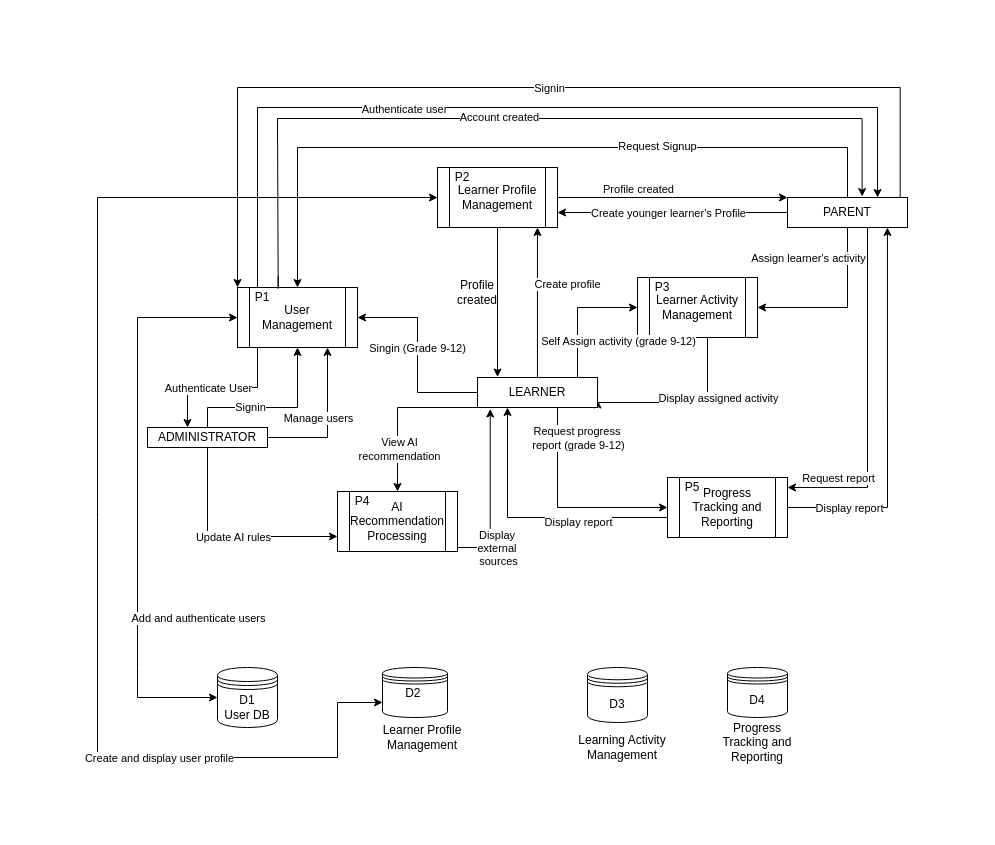
This is page "Data Flow Diagram Level 1" (4 of 4) of Use Case Diagram.drawio from Nash230/IS406-Final-Year-Major-Project, a draw.io file, before an edit. Source tidied: cells renumbered, new cells numbered last; positions are measured from the earlier drawing's top-left corner, leaving out a move shared by most shapes. Both pictures are drawn from the tidied source at 100%, with x=0, y=0 at pixel (97, 87).
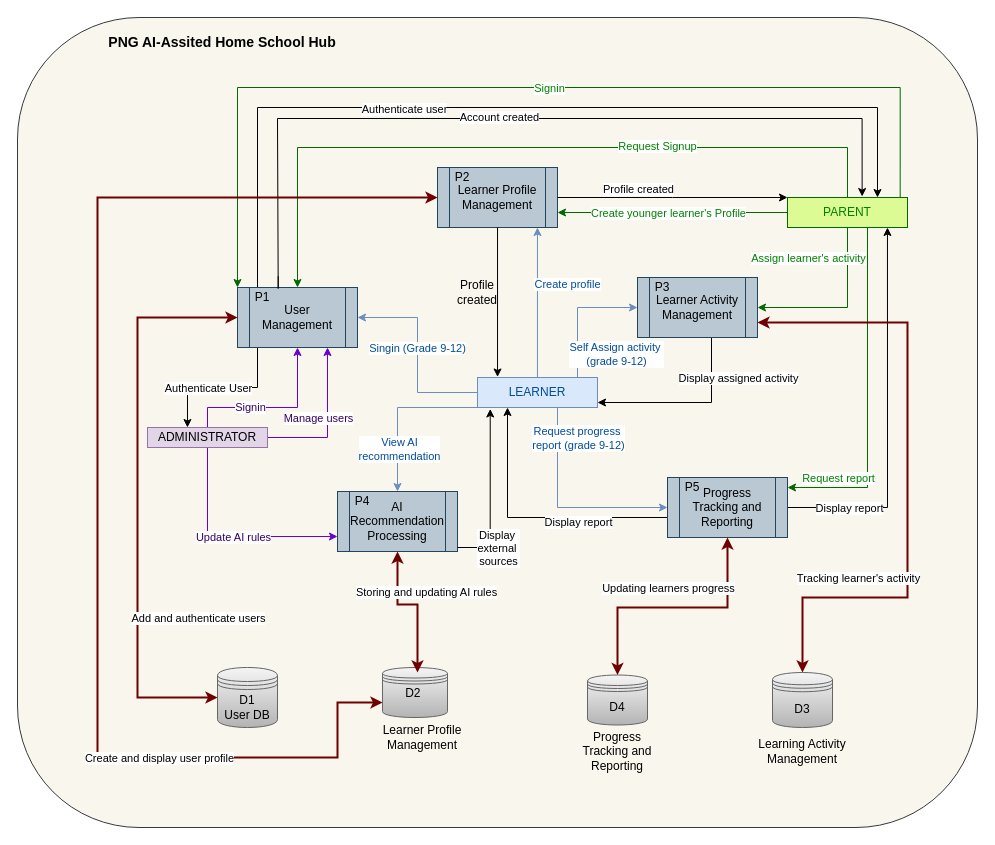
The same page after the edit.

The edit, as a diff of the source:
```diff
@@
+    <mxCell id="70" style="rounded=1;whiteSpace=wrap;html=1;fillColor=#f9f7ed;strokeColor=#36393d;" parent="1" vertex="1">
+      <mxGeometry x="-80" y="-70" width="960" height="810" as="geometry" />
+    </mxCell>
@@
-    <mxCell id="6" value="User Management" style="shape=process;whiteSpace=wrap;html=1;backgroundOutline=1;" parent="1" vertex="1">
+    <mxCell id="6" value="User Management" style="shape=process;whiteSpace=wrap;html=1;backgroundOutline=1;fillColor=#bac8d3;strokeColor=#23445d;" parent="1" vertex="1">
       <mxGeometry x="140" y="200" width="120" height="60" as="geometry" />
     </mxCell>
-    <mxCell id="7" style="edgeStyle=orthogonalEdgeStyle;rounded=0;jettySize=auto;html=1;entryX=1;entryY=0.75;entryDx=0;entryDy=0;" parent="1" edge="1" source="9" target="48">
+    <mxCell id="7" style="edgeStyle=orthogonalEdgeStyle;rounded=0;jettySize=auto;html=1;" parent="1" edge="1" target="48">
       <mxGeometry relative="1" as="geometry">
+        <mxPoint x="614" y="250" as="sourcePoint" />
         <Array as="points">
-          <mxPoint x="610" y="315" />
+          <mxPoint x="614" y="315" />
         </Array>
       </mxGeometry>
     </mxCell>
     <mxCell id="8" value="Display assigned activity" style="edgeLabel;html=1;align=center;verticalAlign=middle;" parent="7" vertex="1">
       <mxGeometry x="-0.49" y="3" relative="1" as="geometry">
-        <mxPoint x="7" y="15" as="offset" />
+        <mxPoint x="23" y="-6" as="offset" />
       </mxGeometry>
     </mxCell>
-    <mxCell id="9" value="Learner Activity Management" style="shape=process;whiteSpace=wrap;html=1;backgroundOutline=1;" parent="1" vertex="1">
+    <mxCell id="9" value="Learner Activity Management" style="shape=process;whiteSpace=wrap;html=1;backgroundOutline=1;fillColor=#bac8d3;strokeColor=#23445d;" parent="1" vertex="1">
       <mxGeometry x="540" y="190" width="120" height="60" as="geometry" />
     </mxCell>
-    <mxCell id="10" value="AI Recommendation Processing" style="shape=process;whiteSpace=wrap;html=1;backgroundOutline=1;" parent="1" vertex="1">
+    <mxCell id="10" value="AI Recommendation Processing" style="shape=process;whiteSpace=wrap;html=1;backgroundOutline=1;fillColor=#bac8d3;strokeColor=#23445d;" parent="1" vertex="1">
       <mxGeometry x="240" y="404" width="120" height="60" as="geometry" />
     </mxCell>
@@
-    <mxCell id="15" value="Progress Tracking and Reporting" style="shape=process;whiteSpace=wrap;html=1;backgroundOutline=1;" parent="1" vertex="1">
+    <mxCell id="15" value="Progress Tracking and Reporting" style="shape=process;whiteSpace=wrap;html=1;backgroundOutline=1;fillColor=#bac8d3;strokeColor=#23445d;" parent="1" vertex="1">
       <mxGeometry x="570" y="390" width="120" height="60" as="geometry" />
     </mxCell>
-    <mxCell id="16" value="Learner Profile Management" style="shape=process;whiteSpace=wrap;html=1;backgroundOutline=1;" parent="1" vertex="1">
+    <mxCell id="16" value="Learner Profile Management" style="shape=process;whiteSpace=wrap;html=1;backgroundOutline=1;fillColor=#bac8d3;strokeColor=#23445d;" parent="1" vertex="1">
       <mxGeometry x="340" y="80" width="120" height="60" as="geometry" />
     </mxCell>
@@
-    <mxCell id="22" style="edgeStyle=orthogonalEdgeStyle;rounded=0;jettySize=auto;html=1;entryX=0.5;entryY=1;entryDx=0;entryDy=0;" parent="1" edge="1" source="28" target="6">
+    <mxCell id="22" style="edgeStyle=orthogonalEdgeStyle;rounded=0;jettySize=auto;html=1;entryX=0.5;entryY=1;entryDx=0;entryDy=0;fontColor=#330066;strokeColor=#6A00D4;" parent="1" edge="1" source="28" target="6">
       <mxGeometry relative="1" as="geometry">
         <Array as="points">
           <mxPoint x="110" y="320" />
           <mxPoint x="200" y="320" />
         </Array>
       </mxGeometry>
     </mxCell>
-    <mxCell id="23" value="Signin" style="edgeLabel;html=1;align=center;verticalAlign=middle;" parent="22" vertex="1">
+    <mxCell id="23" value="Signin" style="edgeLabel;html=1;align=center;verticalAlign=middle;fontColor=#330066;" parent="22" vertex="1">
       <mxGeometry x="-0.27" y="1" relative="1" as="geometry" />
     </mxCell>
-    <mxCell id="24" style="edgeStyle=orthogonalEdgeStyle;rounded=0;jettySize=auto;html=1;entryX=0;entryY=0.75;entryDx=0;entryDy=0;" parent="1" edge="1" source="28" target="10">
+    <mxCell id="24" style="edgeStyle=orthogonalEdgeStyle;rounded=0;jettySize=auto;html=1;entryX=0;entryY=0.75;entryDx=0;entryDy=0;fontColor=#330066;strokeColor=#6A00D4;" parent="1" edge="1" source="28" target="10">
       <mxGeometry relative="1" as="geometry">
         <Array as="points">
           <mxPoint x="110" y="449" />
         </Array>
       </mxGeometry>
     </mxCell>
-    <mxCell id="25" value="Update AI rules" style="edgeLabel;html=1;align=center;verticalAlign=middle;" parent="24" vertex="1">
+    <mxCell id="25" value="Update AI rules" style="edgeLabel;html=1;align=center;verticalAlign=middle;fontColor=#330066;" parent="24" vertex="1">
       <mxGeometry x="0.04" relative="1" as="geometry" />
     </mxCell>
-    <mxCell id="26" style="edgeStyle=orthogonalEdgeStyle;rounded=0;jettySize=auto;html=1;entryX=0.75;entryY=1;entryDx=0;entryDy=0;" parent="1" edge="1" source="28" target="6">
+    <mxCell id="26" style="edgeStyle=orthogonalEdgeStyle;rounded=0;jettySize=auto;html=1;entryX=0.75;entryY=1;entryDx=0;entryDy=0;fontColor=#330066;strokeColor=#6A00D4;" parent="1" edge="1" source="28" target="6">
       <mxGeometry relative="1" as="geometry">
         <Array as="points">
           <mxPoint x="230" y="350" />
         </Array>
       </mxGeometry>
     </mxCell>
-    <mxCell id="27" value="Manage users" style="edgeLabel;html=1;align=center;verticalAlign=middle;" parent="26" vertex="1">
+    <mxCell id="27" value="Manage users" style="edgeLabel;html=1;align=center;verticalAlign=middle;fontColor=#330066;" parent="26" vertex="1">
       <mxGeometry x="0.36" y="-1" relative="1" as="geometry">
         <mxPoint x="-11" y="22" as="offset" />
       </mxGeometry>
     </mxCell>
-    <mxCell id="28" value="ADMINISTRATOR" style="rounded=0;whiteSpace=wrap;html=1;" parent="1" vertex="1">
+    <mxCell id="28" value="ADMINISTRATOR" style="rounded=0;whiteSpace=wrap;html=1;fillColor=#e1d5e7;strokeColor=#9673a6;" parent="1" vertex="1">
       <mxGeometry x="50" y="340" width="120" height="20" as="geometry" />
     </mxCell>
-    <mxCell id="29" style="edgeStyle=orthogonalEdgeStyle;rounded=0;jettySize=auto;html=1;entryX=0.5;entryY=0;entryDx=0;entryDy=0;exitX=0.5;exitY=0;exitDx=0;exitDy=0;" parent="1" edge="1" source="39" target="6">
+    <mxCell id="29" style="edgeStyle=orthogonalEdgeStyle;rounded=0;jettySize=auto;html=1;entryX=0.5;entryY=0;entryDx=0;entryDy=0;exitX=0.5;exitY=0;exitDx=0;exitDy=0;fillColor=#DCFB94;strokeColor=#006900;fontColor=light-dark(#008000, #ededed);" parent="1" edge="1" source="39" target="6">
       <mxGeometry relative="1" as="geometry">
         <Array as="points">
           <mxPoint x="750" y="60" />
           <mxPoint x="200" y="60" />
         </Array>
       </mxGeometry>
     </mxCell>
-    <mxCell id="30" value="Request Signup" style="edgeLabel;html=1;align=center;verticalAlign=middle;" parent="29" vertex="1">
+    <mxCell id="30" value="Request Signup" style="edgeLabel;html=1;align=center;verticalAlign=middle;fontColor=light-dark(#008000, #ededed);fillColor=#DCFB94;strokeColor=#006900;" parent="29" vertex="1">
       <mxGeometry x="-0.35" y="-2" relative="1" as="geometry" />
     </mxCell>
-    <mxCell id="31" style="edgeStyle=orthogonalEdgeStyle;rounded=0;jettySize=auto;html=1;entryX=0;entryY=0;entryDx=0;entryDy=0;exitX=0.939;exitY=0.011;exitDx=0;exitDy=0;exitPerimeter=0;" parent="1" edge="1" source="39" target="6">
+    <mxCell id="31" style="edgeStyle=orthogonalEdgeStyle;rounded=0;jettySize=auto;html=1;entryX=0;entryY=0;entryDx=0;entryDy=0;exitX=0.939;exitY=0.011;exitDx=0;exitDy=0;exitPerimeter=0;fillColor=#DCFB94;strokeColor=#006900;fontColor=light-dark(#008000, #ededed);" parent="1" edge="1" source="39" target="6">
       <mxGeometry relative="1" as="geometry">
         <Array as="points">
           <mxPoint x="803" />
           <mxPoint x="140" />
         </Array>
       </mxGeometry>
     </mxCell>
-    <mxCell id="32" value="Signin" style="edgeLabel;html=1;align=center;verticalAlign=middle;" parent="31" vertex="1">
+    <mxCell id="32" value="Signin" style="edgeLabel;html=1;align=center;verticalAlign=middle;fontColor=light-dark(#008000, #ededed);fillColor=#DCFB94;strokeColor=#006900;" parent="31" vertex="1">
       <mxGeometry x="-0.05" relative="1" as="geometry" />
     </mxCell>
-    <mxCell id="33" style="edgeStyle=orthogonalEdgeStyle;rounded=0;jettySize=auto;html=1;entryX=1;entryY=0.75;entryDx=0;entryDy=0;" parent="1" edge="1" source="39" target="16">
+    <mxCell id="33" style="edgeStyle=orthogonalEdgeStyle;rounded=0;jettySize=auto;html=1;entryX=1;entryY=0.75;entryDx=0;entryDy=0;fillColor=#DCFB94;strokeColor=#006900;fontColor=light-dark(#008000, #ededed);" parent="1" edge="1" source="39" target="16">
       <mxGeometry relative="1" as="geometry" />
     </mxCell>
-    <mxCell id="34" value="Create younger learner's Profile" style="edgeLabel;html=1;align=center;verticalAlign=middle;" parent="33" vertex="1">
+    <mxCell id="34" value="Create younger learner's Profile" style="edgeLabel;html=1;align=center;verticalAlign=middle;fontColor=light-dark(#008000, #ededed);fillColor=#DCFB94;strokeColor=#006900;" parent="33" vertex="1">
       <mxGeometry x="0.19" y="1" relative="1" as="geometry">
         <mxPoint x="17" y="-1" as="offset" />
       </mxGeometry>
     </mxCell>
-    <mxCell id="35" style="edgeStyle=orthogonalEdgeStyle;rounded=0;jettySize=auto;html=1;entryX=1;entryY=0.5;entryDx=0;entryDy=0;" parent="1" edge="1" source="39" target="9">
+    <mxCell id="35" style="edgeStyle=orthogonalEdgeStyle;rounded=0;jettySize=auto;html=1;entryX=1;entryY=0.5;entryDx=0;entryDy=0;fillColor=#DCFB94;strokeColor=#006900;fontColor=light-dark(#008000, #ededed);" parent="1" edge="1" source="39" target="9">
       <mxGeometry relative="1" as="geometry">
         <Array as="points">
           <mxPoint x="750" y="220" />
         </Array>
       </mxGeometry>
     </mxCell>
-    <mxCell id="36" value="Assign learner's activity" style="edgeLabel;html=1;align=center;verticalAlign=middle;" parent="35" vertex="1">
+    <mxCell id="36" value="Assign learner's activity" style="edgeLabel;html=1;align=center;verticalAlign=middle;fontColor=light-dark(#008000, #ededed);fillColor=#DCFB94;strokeColor=#006900;" parent="35" vertex="1">
       <mxGeometry x="0.12" relative="1" as="geometry">
         <mxPoint x="-25" y="-50" as="offset" />
       </mxGeometry>
     </mxCell>
-    <mxCell id="37" style="edgeStyle=orthogonalEdgeStyle;rounded=0;jettySize=auto;html=1;" parent="1" edge="1" source="39" target="15">
+    <mxCell id="37" style="edgeStyle=orthogonalEdgeStyle;rounded=0;jettySize=auto;html=1;fillColor=#DCFB94;strokeColor=#006900;fontColor=light-dark(#008000, #ededed);" parent="1" edge="1" source="39" target="15">
       <mxGeometry relative="1" as="geometry">
         <Array as="points">
           <mxPoint x="770" y="400" />
         </Array>
       </mxGeometry>
     </mxCell>
-    <mxCell id="38" value="Request report" style="edgeLabel;html=1;align=center;verticalAlign=middle;" parent="37" vertex="1">
+    <mxCell id="38" value="Request report" style="edgeLabel;html=1;align=center;verticalAlign=middle;fontColor=light-dark(#008000, #ededed);fillColor=#DCFB94;strokeColor=#006900;" parent="37" vertex="1">
       <mxGeometry x="0.65" y="1" relative="1" as="geometry">
         <mxPoint x="-9" y="-11" as="offset" />
       </mxGeometry>
     </mxCell>
-    <mxCell id="39" value="PARENT" style="rounded=0;whiteSpace=wrap;html=1;" parent="1" vertex="1">
+    <mxCell id="39" value="PARENT" style="rounded=0;whiteSpace=wrap;html=1;fillColor=#DCFB94;strokeColor=#006900;fontColor=light-dark(#008000, #ededed);" parent="1" vertex="1">
       <mxGeometry x="690" y="110" width="120" height="30" as="geometry" />
     </mxCell>
-    <mxCell id="40" style="edgeStyle=orthogonalEdgeStyle;rounded=0;jettySize=auto;html=1;entryX=1;entryY=0.5;entryDx=0;entryDy=0;" parent="1" edge="1" source="48" target="6">
+    <mxCell id="40" style="edgeStyle=orthogonalEdgeStyle;rounded=0;jettySize=auto;html=1;entryX=1;entryY=0.5;entryDx=0;entryDy=0;fillColor=#dae8fc;strokeColor=#6c8ebf;fontColor=#004C99;" parent="1" edge="1" source="48" target="6">
       <mxGeometry relative="1" as="geometry" />
     </mxCell>
-    <mxCell id="41" value="Singin (Grade 9-12)" style="edgeLabel;html=1;align=center;verticalAlign=middle;" parent="40" vertex="1">
+    <mxCell id="41" value="Singin (Grade 9-12)" style="edgeLabel;html=1;align=center;verticalAlign=middle;fontColor=#004C99;" parent="40" vertex="1">
       <mxGeometry x="0.65" relative="1" as="geometry">
         <mxPoint x="25" y="30" as="offset" />
       </mxGeometry>
     </mxCell>
-    <mxCell id="42" style="edgeStyle=orthogonalEdgeStyle;rounded=0;jettySize=auto;html=1;entryX=0;entryY=0.5;entryDx=0;entryDy=0;" parent="1" edge="1" source="48" target="9">
+    <mxCell id="42" style="edgeStyle=orthogonalEdgeStyle;rounded=0;jettySize=auto;html=1;entryX=0;entryY=0.5;entryDx=0;entryDy=0;fillColor=#dae8fc;strokeColor=#6c8ebf;fontColor=#004C99;" parent="1" edge="1" source="48" target="9">
       <mxGeometry relative="1" as="geometry">
         <Array as="points">
           <mxPoint x="480" y="220" />
         </Array>
       </mxGeometry>
     </mxCell>
-    <mxCell id="43" value="Self Assign activity (grade 9-12)" style="edgeLabel;html=1;align=center;verticalAlign=middle;" parent="42" vertex="1">
+    <mxCell id="43" value="&lt;div&gt;Self Assign activity&amp;nbsp;&lt;/div&gt;&lt;div&gt;(grade 9-12)&lt;/div&gt;" style="edgeLabel;html=1;align=center;verticalAlign=middle;fontColor=#004C99;" parent="42" vertex="1">
       <mxGeometry x="-0.39" y="1" relative="1" as="geometry">
-        <mxPoint x="41" y="3" as="offset" />
+        <mxPoint x="39" y="16" as="offset" />
       </mxGeometry>
     </mxCell>
-    <mxCell id="44" style="edgeStyle=orthogonalEdgeStyle;rounded=0;jettySize=auto;html=1;entryX=0;entryY=0.5;entryDx=0;entryDy=0;" parent="1" edge="1" source="48" target="15">
+    <mxCell id="44" style="edgeStyle=orthogonalEdgeStyle;rounded=0;jettySize=auto;html=1;entryX=0;entryY=0.5;entryDx=0;entryDy=0;fillColor=#dae8fc;strokeColor=#6c8ebf;fontColor=#004C99;" parent="1" edge="1" source="48" target="15">
       <mxGeometry relative="1" as="geometry">
         <Array as="points">
           <mxPoint x="460" y="420" />
         </Array>
       </mxGeometry>
     </mxCell>
-    <mxCell id="45" value="&lt;div&gt;Request progress&amp;nbsp;&lt;/div&gt;&lt;div&gt;report (grade 9-12)&lt;/div&gt;" style="edgeLabel;html=1;align=center;verticalAlign=middle;" parent="44" vertex="1">
+    <mxCell id="45" value="&lt;div&gt;Request progress&amp;nbsp;&lt;/div&gt;&lt;div&gt;report (grade 9-12)&lt;/div&gt;" style="edgeLabel;html=1;align=center;verticalAlign=middle;fontColor=#004C99;" parent="44" vertex="1">
       <mxGeometry x="-0.58" y="-1" relative="1" as="geometry">
         <mxPoint x="21" y="-14" as="offset" />
       </mxGeometry>
     </mxCell>
-    <mxCell id="46" style="edgeStyle=orthogonalEdgeStyle;rounded=0;jettySize=auto;html=1;entryX=0.5;entryY=0;entryDx=0;entryDy=0;" parent="1" edge="1" source="48" target="10">
+    <mxCell id="46" style="edgeStyle=orthogonalEdgeStyle;rounded=0;jettySize=auto;html=1;entryX=0.5;entryY=0;entryDx=0;entryDy=0;fillColor=#dae8fc;strokeColor=#6c8ebf;fontColor=#004C99;" parent="1" edge="1" source="48" target="10">
       <mxGeometry relative="1" as="geometry">
         <Array as="points">
           <mxPoint x="300" y="320" />
         </Array>
       </mxGeometry>
     </mxCell>
-    <mxCell id="47" value="&lt;div&gt;View AI&lt;/div&gt;&lt;div&gt;recommendation&lt;/div&gt;" style="edgeLabel;html=1;align=center;verticalAlign=middle;" parent="46" vertex="1">
+    <mxCell id="47" value="&lt;div&gt;View AI&lt;/div&gt;&lt;div&gt;recommendation&lt;/div&gt;" style="edgeLabel;html=1;align=center;verticalAlign=middle;fontColor=#004C99;" parent="46" vertex="1">
       <mxGeometry x="0.47" y="1" relative="1" as="geometry" />
     </mxCell>
-    <mxCell id="48" value="LEARNER" style="rounded=0;whiteSpace=wrap;html=1;" parent="1" vertex="1">
+    <mxCell id="48" value="LEARNER" style="rounded=0;whiteSpace=wrap;html=1;fillColor=#dae8fc;strokeColor=#6c8ebf;fontColor=#004C99;" parent="1" vertex="1">
       <mxGeometry x="380" y="290" width="120" height="30" as="geometry" />
     </mxCell>
-    <mxCell id="49" value="&lt;div&gt;D2&amp;nbsp;&lt;/div&gt;&lt;div&gt;&lt;br&gt;&lt;/div&gt;" style="shape=datastore;whiteSpace=wrap;html=1;" parent="1" vertex="1">
+    <mxCell id="49" value="&lt;div&gt;D2&amp;nbsp;&lt;/div&gt;&lt;div&gt;&lt;br&gt;&lt;/div&gt;" style="shape=datastore;whiteSpace=wrap;html=1;fillColor=#f5f5f5;strokeColor=#666666;gradientColor=#b3b3b3;" parent="1" vertex="1">
       <mxGeometry x="285" y="580" width="65" height="50" as="geometry" />
     </mxCell>
-    <mxCell id="50" value="D3" style="shape=datastore;whiteSpace=wrap;html=1;" parent="1" vertex="1">
-      <mxGeometry x="490" y="580" width="60" height="55" as="geometry" />
+    <mxCell id="50" value="D3" style="shape=datastore;whiteSpace=wrap;html=1;fillColor=#f5f5f5;strokeColor=#666666;gradientColor=#b3b3b3;" parent="1" vertex="1">
+      <mxGeometry x="675" y="585" width="60" height="55" as="geometry" />
     </mxCell>
-    <mxCell id="51" value="D4" style="shape=datastore;whiteSpace=wrap;html=1;" parent="1" vertex="1">
-      <mxGeometry x="630" y="580" width="60" height="50" as="geometry" />
+    <mxCell id="51" value="D4" style="shape=datastore;whiteSpace=wrap;html=1;fillColor=#f5f5f5;strokeColor=#666666;gradientColor=#b3b3b3;" parent="1" vertex="1">
+      <mxGeometry x="490" y="587.5" width="60" height="50" as="geometry" />
     </mxCell>
-    <mxCell id="52" value="&lt;div&gt;D1&lt;/div&gt;&lt;div&gt;User DB&lt;/div&gt;" style="shape=datastore;whiteSpace=wrap;html=1;" parent="1" vertex="1">
+    <mxCell id="52" value="&lt;div&gt;D1&lt;/div&gt;&lt;div&gt;User DB&lt;/div&gt;" style="shape=datastore;whiteSpace=wrap;html=1;fillColor=#f5f5f5;strokeColor=#666666;gradientColor=#b3b3b3;" parent="1" vertex="1">
       <mxGeometry x="120" y="580" width="60" height="60" as="geometry" />
     </mxCell>
@@
     <mxCell id="54" value="Learning Activity Management" style="text;html=1;whiteSpace=wrap;strokeColor=none;fillColor=none;align=center;verticalAlign=middle;rounded=0;" parent="1" vertex="1">
-      <mxGeometry x="480" y="640" width="90" height="40" as="geometry" />
+      <mxGeometry x="660" y="644" width="90" height="40" as="geometry" />
     </mxCell>
     <mxCell id="55" value="Progress Tracking and Reporting" style="text;html=1;whiteSpace=wrap;strokeColor=none;fillColor=none;align=center;verticalAlign=middle;rounded=0;" parent="1" vertex="1">
-      <mxGeometry x="620" y="640" width="80" height="30" as="geometry" />
+      <mxGeometry x="480" y="649" width="80" height="30" as="geometry" />
     </mxCell>
@@
-    <mxCell id="60" style="edgeStyle=orthogonalEdgeStyle;rounded=0;jettySize=auto;html=1;entryX=0.833;entryY=1;entryDx=0;entryDy=0;entryPerimeter=0;" parent="1" edge="1" source="48" target="16">
+    <mxCell id="60" style="edgeStyle=orthogonalEdgeStyle;rounded=0;jettySize=auto;html=1;entryX=0.833;entryY=1;entryDx=0;entryDy=0;entryPerimeter=0;fillColor=#dae8fc;strokeColor=#6c8ebf;fontColor=#004C99;" parent="1" edge="1" source="48" target="16">
       <mxGeometry relative="1" as="geometry" />
     </mxCell>
-    <mxCell id="61" value="Create profile" style="edgeLabel;html=1;align=center;verticalAlign=middle;" parent="60" vertex="1">
+    <mxCell id="61" value="Create profile" style="edgeLabel;html=1;align=center;verticalAlign=middle;fontColor=#004C99;" parent="60" vertex="1">
       <mxGeometry x="0.23" y="-1" relative="1" as="geometry">
         <mxPoint x="29" y="-2" as="offset" />
       </mxGeometry>
     </mxCell>
@@
-    <mxCell id="66" style="endArrow=classic;startArrow=classic;html=1;rounded=0;entryX=0;entryY=0.5;entryDx=0;entryDy=0;exitX=0;exitY=0.5;exitDx=0;exitDy=0;" parent="1" edge="1" source="52" target="6">
+    <mxCell id="66" style="endArrow=classic;startArrow=classic;html=1;rounded=0;entryX=0;entryY=0.5;entryDx=0;entryDy=0;exitX=0;exitY=0.5;exitDx=0;exitDy=0;strokeWidth=2;fillColor=#a20025;strokeColor=#6F0000;" parent="1" edge="1" source="52" target="6">
       <mxGeometry relative="1" as="geometry">
         <Array as="points">
           <mxPoint x="40" y="610" />
           <mxPoint x="40" y="580" />
           <mxPoint x="40" y="230" />
         </Array>
       </mxGeometry>
     </mxCell>
@@
-    <mxCell id="68" style="endArrow=classic;startArrow=classic;html=1;rounded=0;entryX=0;entryY=0.5;entryDx=0;entryDy=0;exitX=0;exitY=0.7;exitDx=0;exitDy=0;fillColor=#00FFFF;" parent="1" edge="1" source="49" target="16">
+    <mxCell id="68" style="endArrow=classic;startArrow=classic;html=1;rounded=0;entryX=0;entryY=0.5;entryDx=0;entryDy=0;exitX=0;exitY=0.7;exitDx=0;exitDy=0;fillColor=#a20025;strokeWidth=2;strokeColor=#6F0000;" parent="1" edge="1" source="49" target="16">
       <mxGeometry relative="1" as="geometry">
         <Array as="points">
           <mxPoint x="240" y="615" />
           <mxPoint x="240" y="670" />
           <mxPoint y="670" />
           <mxPoint y="430" />
           <mxPoint y="110" />
         </Array>
       </mxGeometry>
     </mxCell>
@@
+    <mxCell id="71" style="endArrow=classic;startArrow=classic;html=1;rounded=0;entryX=0.5;entryY=1;entryDx=0;entryDy=0;exitX=0.5;exitY=0;exitDx=0;exitDy=0;strokeWidth=2;fillColor=#a20025;strokeColor=#6F0000;" parent="1" edge="1" source="51" target="15">
+      <mxGeometry relative="1" as="geometry">
+        <Array as="points">
+          <mxPoint x="520" y="520" />
+          <mxPoint x="630" y="520" />
+        </Array>
+      </mxGeometry>
+    </mxCell>
+    <mxCell id="72" value="Updating learners progress" style="edgeLabel;html=1;align=center;verticalAlign=middle;" parent="71" vertex="1">
+      <mxGeometry x="-0.12" y="1" relative="1" as="geometry">
+        <mxPoint x="9" y="-19" as="offset" />
+      </mxGeometry>
+    </mxCell>
+    <mxCell id="73" style="endArrow=classic;startArrow=classic;html=1;rounded=0;entryX=1;entryY=0.75;entryDx=0;entryDy=0;exitX=0.5;exitY=0;exitDx=0;exitDy=0;strokeWidth=2;fillColor=#a20025;strokeColor=#6F0000;" parent="1" edge="1" source="50" target="9">
+      <mxGeometry relative="1" as="geometry">
+        <Array as="points">
+          <mxPoint x="705" y="510" />
+          <mxPoint x="810" y="510" />
+          <mxPoint x="810" y="235" />
+        </Array>
+      </mxGeometry>
+    </mxCell>
+    <mxCell id="74" value="Tracking learner's activity" style="edgeLabel;html=1;align=center;verticalAlign=middle;" parent="73" vertex="1">
+      <mxGeometry x="-0.62" y="-1" relative="1" as="geometry">
+        <mxPoint x="15" y="-21" as="offset" />
+      </mxGeometry>
+    </mxCell>
+    <mxCell id="75" value="&lt;b&gt;&lt;font style=&quot;font-size: 14px;&quot;&gt;PNG AI-Assited Home School Hub&lt;/font&gt;&lt;/b&gt;" style="text;html=1;whiteSpace=wrap;strokeColor=none;fillColor=none;align=center;verticalAlign=middle;rounded=0;" parent="1" vertex="1">
+      <mxGeometry x="10" y="-60" width="230" height="30" as="geometry" />
+    </mxCell>
+    <mxCell id="76" style="endArrow=classic;startArrow=classic;html=1;rounded=0;entryX=0.5;entryY=1;entryDx=0;entryDy=0;exitX=0.5;exitY=0;exitDx=0;exitDy=0;strokeWidth=2;fillColor=#a20025;strokeColor=#6F0000;" parent="1" edge="1" target="10">
+      <mxGeometry relative="1" as="geometry">
+        <mxPoint x="320" y="585" as="sourcePoint" />
+        <Array as="points">
+          <mxPoint x="320" y="517" />
+          <mxPoint x="300" y="517" />
+        </Array>
+      </mxGeometry>
+    </mxCell>
+    <mxCell id="77" value="Storing and updating AI rules" style="edgeLabel;html=1;align=center;verticalAlign=middle;" parent="76" vertex="1">
+      <mxGeometry x="-0.12" y="1" relative="1" as="geometry">
+        <mxPoint x="9" y="-19" as="offset" />
+      </mxGeometry>
+    </mxCell>
```
